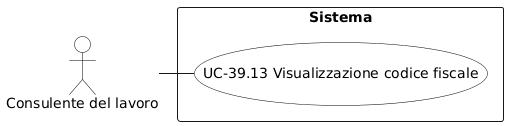
Earlier version of the PlantUML export RTB/Analisi dei Requisiti/diagrammi_use_case/UC-39.13.png (aLittleByte-19/Documentazione).
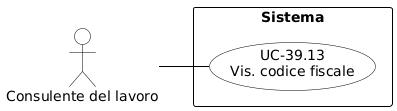
After the change.

Change to the diagram source:
```diff
@@ -1,20 +1,29 @@
 @startuml
-skinparam backgroundColor white
+skinparam shadowing false
+skinparam defaultFontName Arial
+left to right direction
+skinparam nodesep 15
+skinparam ranksep 50
+
+skinparam usecase {
+    BackgroundColor white
+    BorderColor black
+    ArrowColor black
+}
 skinparam actor {
-  BackgroundColor white
-  BorderColor black
-  FontColor black
+    BackgroundColor white
+    BorderColor black
 }
-skinparam usecase {
-  BackgroundColor white
-  BorderColor black
-  FontColor black
+skinparam rectangle {
+    BorderColor black
+    FontStyle bold
 }
-actor "Consulente del lavoro" as C
+
+actor "Consulente del lavoro" as CL
 
 rectangle "Sistema" {
-  (UC-39.13 Visualizzazione codice fiscale) as UC3913
+    usecase "UC-39.13\nVis. codice fiscale" as UC39_13
 }
 
-C - UC3913
+CL -- UC39_13
 @enduml
```
